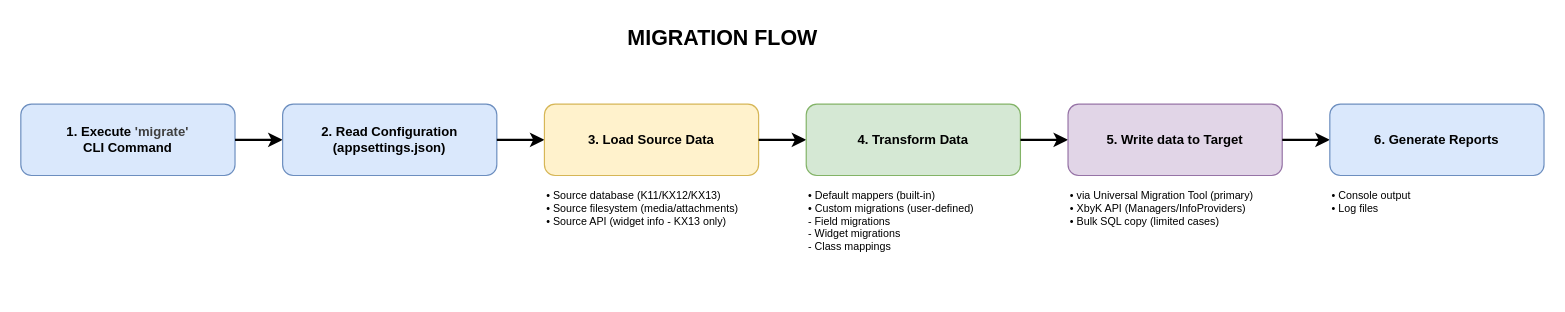
Kentico/xperience-by-kentico-kentico-migration-tool keeps this draw.io diagram as images/diagrams/migration-flow.drawio. Above is the earlier version. Source tidied: cells renumbered, new cells numbered last; positions are measured from the earlier drawing's top-left corner, leaving out a move shared by most shapes. Both pictures are drawn from the tidied source at 119%, with x=0, y=0 at pixel (20, 20).
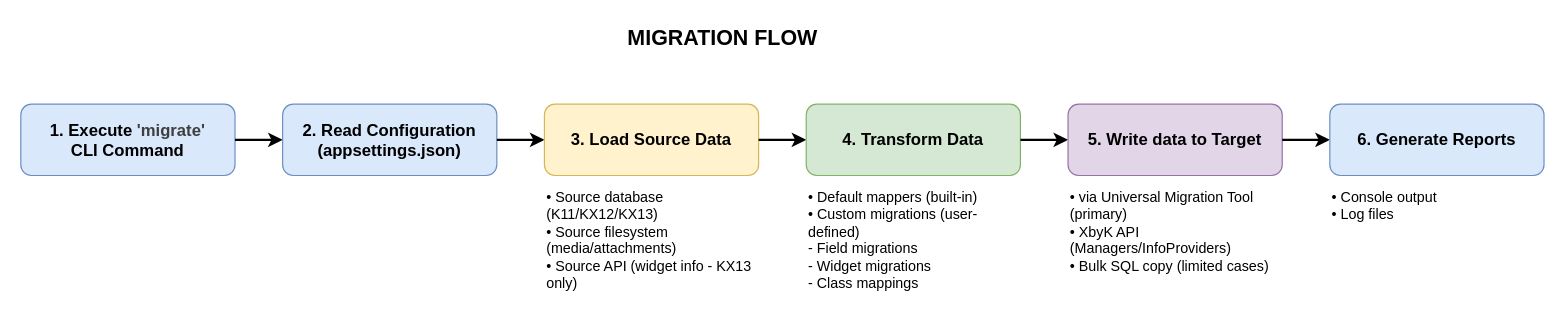
The same page after the edit.

Commit message (it also covers changes not shown here):
bigger font in migration flow

Diff of the diagram source:
```diff
@@
 <mxGraphModel>
   <root>
     <mxCell id="0" />
     <mxCell id="1" parent="0" />
     <mxCell id="2" value="MIGRATION FLOW" style="text;html=1;strokeColor=none;fillColor=none;align=center;verticalAlign=middle;whiteSpace=wrap;rounded=0;fontSize=18;fontStyle=1;" parent="1" vertex="1">
       <mxGeometry x="340" width="500" height="30" as="geometry" />
     </mxCell>
-    <mxCell id="3" value="&lt;b&gt;1. Execute&amp;nbsp;&lt;/b&gt;&lt;b style=&quot;color: rgb(63, 63, 63); scrollbar-color: rgb(226, 226, 226) rgb(251, 251, 251);&quot;&gt;'migrate'&lt;/b&gt;&lt;div&gt;&lt;b&gt;CLI Command&lt;/b&gt;&lt;/div&gt;" style="rounded=1;whiteSpace=wrap;html=1;fillColor=#dae8fc;strokeColor=#6c8ebf;fontSize=11;align=center;verticalAlign=middle;" parent="1" vertex="1">
+    <mxCell id="3" value="&lt;b&gt;1. Execute&amp;nbsp;&lt;/b&gt;&lt;b style=&quot;color: rgb(63, 63, 63); scrollbar-color: rgb(226, 226, 226) rgb(251, 251, 251);&quot;&gt;'migrate'&lt;/b&gt;&lt;div&gt;&lt;b&gt;CLI Command&lt;/b&gt;&lt;/div&gt;" style="rounded=1;whiteSpace=wrap;html=1;fillColor=#dae8fc;strokeColor=#6c8ebf;fontSize=14;align=center;verticalAlign=middle;" parent="1" vertex="1">
       <mxGeometry y="70" width="180" height="60" as="geometry" />
     </mxCell>
     <mxCell id="4" style="endArrow=classic;html=1;strokeWidth=2;exitX=1;exitY=0.5;entryX=0;entryY=0.5;" parent="1" edge="1" source="3" target="5">
       <mxGeometry relative="1" as="geometry" />
     </mxCell>
-    <mxCell id="5" value="&lt;b&gt;2. Read Configuration&lt;br&gt;(appsettings.json)&lt;/b&gt;" style="rounded=1;whiteSpace=wrap;html=1;fillColor=#dae8fc;strokeColor=#6c8ebf;fontSize=11;align=center;verticalAlign=middle;" parent="1" vertex="1">
+    <mxCell id="5" value="&lt;b&gt;2. Read Configuration&lt;br&gt;(appsettings.json)&lt;/b&gt;" style="rounded=1;whiteSpace=wrap;html=1;fillColor=#dae8fc;strokeColor=#6c8ebf;fontSize=14;align=center;verticalAlign=middle;" parent="1" vertex="1">
       <mxGeometry x="220" y="70" width="180" height="60" as="geometry" />
     </mxCell>
     <mxCell id="6" style="endArrow=classic;html=1;strokeWidth=2;exitX=1;exitY=0.5;entryX=0;entryY=0.5;" parent="1" edge="1" source="5" target="7">
       <mxGeometry relative="1" as="geometry" />
     </mxCell>
-    <mxCell id="7" value="&lt;b&gt;3. Load Source Data&lt;/b&gt;" style="rounded=1;whiteSpace=wrap;html=1;fillColor=#fff2cc;strokeColor=#d6b656;fontSize=11;align=center;verticalAlign=middle;" parent="1" vertex="1">
+    <mxCell id="7" value="&lt;b&gt;3. Load Source Data&lt;/b&gt;" style="rounded=1;whiteSpace=wrap;html=1;fillColor=#fff2cc;strokeColor=#d6b656;fontSize=14;align=center;verticalAlign=middle;" parent="1" vertex="1">
       <mxGeometry x="440" y="70" width="180" height="60" as="geometry" />
     </mxCell>
-    <mxCell id="8" value="• Source database (K11/KX12/KX13)&lt;br&gt;• Source filesystem (media/attachments)&lt;br&gt;• Source API (widget info - KX13 only)" style="text;html=1;strokeColor=none;fillColor=none;align=left;verticalAlign=top;whiteSpace=wrap;rounded=0;fontSize=9;" parent="1" vertex="1">
+    <mxCell id="8" value="• Source database (K11/KX12/KX13)&lt;br&gt;• Source filesystem (media/attachments)&lt;br&gt;• Source API (widget info - KX13 only)" style="text;html=1;strokeColor=none;fillColor=none;align=left;verticalAlign=top;whiteSpace=wrap;rounded=0;fontSize=12;" parent="1" vertex="1">
       <mxGeometry x="440" y="135" width="180" height="50" as="geometry" />
     </mxCell>
     <mxCell id="9" style="endArrow=classic;html=1;strokeWidth=2;exitX=1;exitY=0.5;entryX=0;entryY=0.5;" parent="1" edge="1" source="7" target="10">
       <mxGeometry relative="1" as="geometry" />
     </mxCell>
-    <mxCell id="10" value="&lt;b&gt;4. Transform Data&lt;/b&gt;" style="rounded=1;whiteSpace=wrap;html=1;fillColor=#d5e8d4;strokeColor=#82b366;fontSize=11;align=center;verticalAlign=middle;" parent="1" vertex="1">
+    <mxCell id="10" value="&lt;b&gt;4. Transform Data&lt;/b&gt;" style="rounded=1;whiteSpace=wrap;html=1;fillColor=#d5e8d4;strokeColor=#82b366;fontSize=14;align=center;verticalAlign=middle;" parent="1" vertex="1">
       <mxGeometry x="660" y="70" width="180" height="60" as="geometry" />
     </mxCell>
-    <mxCell id="11" value="• Default mappers (built-in)&lt;br&gt;• Custom migrations (user-defined)&lt;br&gt;  - Field migrations&lt;br&gt;  - Widget migrations&lt;br&gt;  - Class mappings" style="text;html=1;strokeColor=none;fillColor=none;align=left;verticalAlign=top;whiteSpace=wrap;rounded=0;fontSize=9;" parent="1" vertex="1">
+    <mxCell id="11" value="• Default mappers (built-in)&lt;br&gt;• Custom migrations (user-defined)&lt;br&gt;  - Field migrations&lt;br&gt;  - Widget migrations&lt;br&gt;  - Class mappings" style="text;html=1;strokeColor=none;fillColor=none;align=left;verticalAlign=top;whiteSpace=wrap;rounded=0;fontSize=12;" parent="1" vertex="1">
       <mxGeometry x="660" y="135" width="180" height="70" as="geometry" />
     </mxCell>
     <mxCell id="12" style="endArrow=classic;html=1;strokeWidth=2;exitX=1;exitY=0.5;entryX=0;entryY=0.5;" parent="1" edge="1" source="10" target="13">
       <mxGeometry relative="1" as="geometry" />
     </mxCell>
-    <mxCell id="13" value="&lt;b&gt;5. Write data to Target&lt;/b&gt;" style="rounded=1;whiteSpace=wrap;html=1;fillColor=#e1d5e7;strokeColor=#9673a6;fontSize=11;align=center;verticalAlign=middle;" parent="1" vertex="1">
+    <mxCell id="13" value="&lt;b&gt;5. Write data to Target&lt;/b&gt;" style="rounded=1;whiteSpace=wrap;html=1;fillColor=#e1d5e7;strokeColor=#9673a6;fontSize=14;align=center;verticalAlign=middle;" parent="1" vertex="1">
       <mxGeometry x="880" y="70" width="180" height="60" as="geometry" />
     </mxCell>
-    <mxCell id="14" value="• via Universal Migration Tool (primary)&lt;br&gt;• XbyK API (Managers/InfoProviders)&lt;br&gt;• Bulk SQL copy (limited cases)" style="text;html=1;strokeColor=none;fillColor=none;align=left;verticalAlign=top;whiteSpace=wrap;rounded=0;fontSize=9;" parent="1" vertex="1">
+    <mxCell id="14" value="• via Universal Migration Tool (primary)&lt;br&gt;• XbyK API (Managers/InfoProviders)&lt;br&gt;• Bulk SQL copy (limited cases)" style="text;html=1;strokeColor=none;fillColor=none;align=left;verticalAlign=top;whiteSpace=wrap;rounded=0;fontSize=12;" parent="1" vertex="1">
       <mxGeometry x="880" y="135" width="180" height="50" as="geometry" />
     </mxCell>
     <mxCell id="15" style="endArrow=classic;html=1;strokeWidth=2;exitX=1;exitY=0.5;entryX=0;entryY=0.5;" parent="1" edge="1" source="13" target="16">
       <mxGeometry relative="1" as="geometry" />
     </mxCell>
-    <mxCell id="16" value="&lt;b&gt;6. Generate Reports&lt;/b&gt;" style="rounded=1;whiteSpace=wrap;html=1;fillColor=#dae8fc;strokeColor=#6c8ebf;fontSize=11;align=center;verticalAlign=middle;" parent="1" vertex="1">
+    <mxCell id="16" value="&lt;b&gt;6. Generate Reports&lt;/b&gt;" style="rounded=1;whiteSpace=wrap;html=1;fillColor=#dae8fc;strokeColor=#6c8ebf;fontSize=14;align=center;verticalAlign=middle;" parent="1" vertex="1">
       <mxGeometry x="1100" y="70" width="180" height="60" as="geometry" />
     </mxCell>
-    <mxCell id="17" value="• Console output&lt;br&gt;• Log files" style="text;html=1;strokeColor=none;fillColor=none;align=left;verticalAlign=top;whiteSpace=wrap;rounded=0;fontSize=9;" parent="1" vertex="1">
+    <mxCell id="17" value="• Console output&lt;br&gt;• Log files" style="text;html=1;strokeColor=none;fillColor=none;align=left;verticalAlign=top;whiteSpace=wrap;rounded=0;fontSize=12;" parent="1" vertex="1">
       <mxGeometry x="1100" y="135" width="180" height="30" as="geometry" />
     </mxCell>
   </root>
 </mxGraphModel>
```
